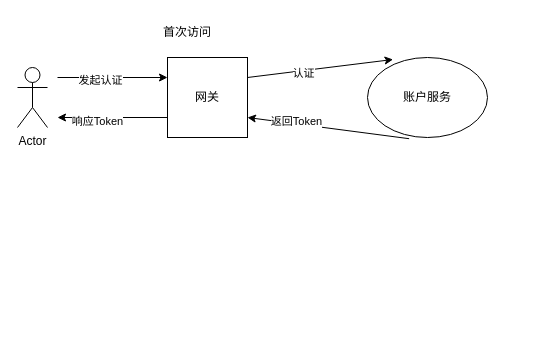
JanDavi/ostep-code keeps this draw.io diagram as 登录注册用例图.drawio. Above is the earlier version. Source tidied: cells renumbered, new cells numbered last; positions are measured from the earlier drawing's top-left corner, leaving out a move shared by most shapes. Both pictures are drawn from the tidied source at 100%, with x=0, y=0 at pixel (17, 17).
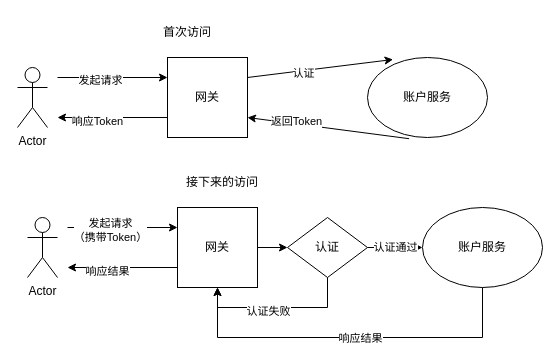
The same diagram, later.

Commit message (it also covers changes not shown here):
更新登录注册用例图.drawio

The change refers to these unchanged cells:
```xml
<mxCell id="4" style="endArrow=classic;html=1;rounded=0;entryX=0;entryY=0.25;entryDx=0;entryDy=0;" parent="1" edge="1" target="2">
  <mxGeometry relative="1" as="geometry">
    <mxPoint x="40" y="60" as="sourcePoint" />
  </mxGeometry>
</mxCell>
```

The edit, as a diff of the source:
```diff
@@
-    <mxCell id="5" value="发起认证" style="edgeLabel;html=1;align=center;verticalAlign=middle;" parent="4" vertex="1">
+    <mxCell id="5" value="发起请求" style="edgeLabel;html=1;align=center;verticalAlign=middle;" parent="4" vertex="1">
       <mxGeometry x="-0.24" y="-2" relative="1" as="geometry" />
     </mxCell>
@@
+    <mxCell id="14" value="网关" style="whiteSpace=wrap;html=1;" parent="1" vertex="1">
+      <mxGeometry x="160" y="190" width="80" height="80" as="geometry" />
+    </mxCell>
+    <mxCell id="15" value="Actor" style="shape=umlActor;verticalLabelPosition=bottom;verticalAlign=top;html=1;" parent="1" vertex="1">
+      <mxGeometry x="10" y="200" width="30" height="60" as="geometry" />
+    </mxCell>
+    <mxCell id="16" style="endArrow=classic;html=1;rounded=0;entryX=0;entryY=0.25;entryDx=0;entryDy=0;" parent="1" edge="1" target="14">
+      <mxGeometry relative="1" as="geometry">
+        <mxPoint x="50" y="210" as="sourcePoint" />
+      </mxGeometry>
+    </mxCell>
+    <mxCell id="17" value="发起请求&lt;br&gt;（携带Token）" style="edgeLabel;html=1;align=center;verticalAlign=middle;" parent="16" vertex="1">
+      <mxGeometry x="-0.24" y="-2" relative="1" as="geometry" />
+    </mxCell>
+    <mxCell id="18" style="endArrow=classic;html=1;rounded=0;exitX=0;exitY=0.75;exitDx=0;exitDy=0;" parent="1" edge="1" source="14">
+      <mxGeometry relative="1" as="geometry">
+        <mxPoint x="50" y="250" as="targetPoint" />
+      </mxGeometry>
+    </mxCell>
+    <mxCell id="19" value="响应结果" style="edgeLabel;html=1;align=center;verticalAlign=middle;" parent="18" vertex="1">
+      <mxGeometry x="0.29" y="3" relative="1" as="geometry" />
+    </mxCell>
+    <mxCell id="20" value="账户服务" style="ellipse;whiteSpace=wrap;html=1;" parent="1" vertex="1">
+      <mxGeometry x="405" y="190" width="120" height="80" as="geometry" />
+    </mxCell>
+    <mxCell id="21" value="接下来的访问" style="text;html=1;strokeColor=none;fillColor=none;align=center;verticalAlign=middle;whiteSpace=wrap;rounded=0;" parent="1" vertex="1">
+      <mxGeometry x="160" y="150" width="90" height="30" as="geometry" />
+    </mxCell>
+    <mxCell id="22" value="认证" style="rhombus;whiteSpace=wrap;html=1;" parent="1" vertex="1">
+      <mxGeometry x="270" y="200" width="80" height="60" as="geometry" />
+    </mxCell>
+    <mxCell id="23" style="endArrow=classic;html=1;rounded=0;exitX=1;exitY=0.5;exitDx=0;exitDy=0;entryX=0;entryY=0.5;entryDx=0;entryDy=0;" parent="1" edge="1" source="14" target="22">
+      <mxGeometry relative="1" as="geometry" />
+    </mxCell>
+    <mxCell id="24" style="endArrow=classic;html=1;rounded=0;exitX=0.5;exitY=1;exitDx=0;exitDy=0;entryX=0.5;entryY=1;entryDx=0;entryDy=0;" parent="1" edge="1" source="22" target="14">
+      <mxGeometry relative="1" as="geometry">
+        <Array as="points">
+          <mxPoint x="310" y="290" />
+          <mxPoint x="260" y="290" />
+          <mxPoint x="200" y="290" />
+        </Array>
+      </mxGeometry>
+    </mxCell>
+    <mxCell id="25" value="认证失败" style="edgeLabel;html=1;align=center;verticalAlign=middle;" parent="24" vertex="1">
+      <mxGeometry x="0.12" y="3" relative="1" as="geometry" />
+    </mxCell>
+    <mxCell id="26" style="endArrow=classic;html=1;rounded=0;entryX=0.5;entryY=1;entryDx=0;entryDy=0;exitX=0.5;exitY=1;exitDx=0;exitDy=0;" parent="1" edge="1" source="20" target="14">
+      <mxGeometry relative="1" as="geometry">
+        <Array as="points">
+          <mxPoint x="465" y="320" />
+          <mxPoint x="200" y="320" />
+        </Array>
+      </mxGeometry>
+    </mxCell>
+    <mxCell id="27" value="响应结果" style="edgeLabel;html=1;align=center;verticalAlign=middle;" parent="26" vertex="1">
+      <mxGeometry x="-0.05" relative="1" as="geometry" />
+    </mxCell>
+    <mxCell id="28" value="认证通过" style="endArrow=classic;html=1;rounded=0;entryX=0;entryY=0.5;entryDx=0;entryDy=0;exitX=1;exitY=0.5;exitDx=0;exitDy=0;" parent="1" edge="1" source="22" target="20">
+      <mxGeometry relative="1" as="geometry" />
+    </mxCell>
```
